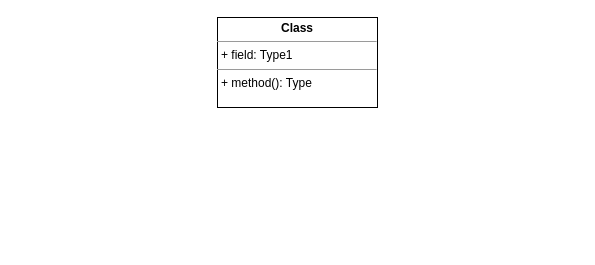
anphetamina/CoText keeps this draw.io diagram as Untitled Diagram.drawio. Above is the earlier version. Source tidied: cells renumbered, new cells numbered last; positions are measured from the earlier drawing's top-left corner, leaving out a move shared by most shapes. Both pictures are drawn from the tidied source at 100%, with x=0, y=0 at pixel (217, 17).
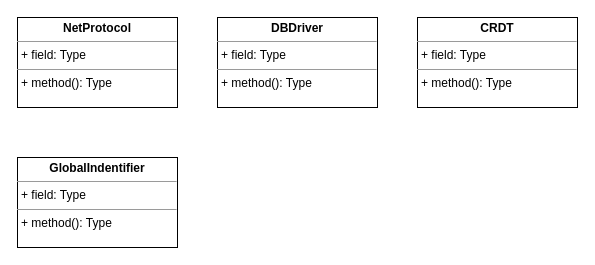
The same page after the edit.

The edit, as a diff of the source:
```diff
@@
 <mxGraphModel background="#ffffff">
   <root>
     <mxCell id="0" />
     <mxCell id="1" parent="0" />
-    <mxCell id="2" value="&lt;p style=&quot;margin: 0px ; margin-top: 4px ; text-align: center&quot;&gt;&lt;b&gt;Class&lt;/b&gt;&lt;/p&gt;&lt;hr size=&quot;1&quot;&gt;&lt;p style=&quot;margin: 0px ; margin-left: 4px&quot;&gt;+ field: Type1&lt;/p&gt;&lt;hr size=&quot;1&quot;&gt;&lt;p style=&quot;margin: 0px ; margin-left: 4px&quot;&gt;+ method(): Type&lt;/p&gt;" style="verticalAlign=top;align=left;overflow=fill;fontSize=12;fontFamily=Helvetica;html=1;" parent="1" vertex="1">
+    <mxCell id="2" value="&lt;p style=&quot;margin: 0px ; margin-top: 4px ; text-align: center&quot;&gt;&lt;b&gt;DBDriver&lt;/b&gt;&lt;/p&gt;&lt;hr size=&quot;1&quot;&gt;&lt;p style=&quot;margin: 0px ; margin-left: 4px&quot;&gt;+ field: Type&lt;/p&gt;&lt;hr size=&quot;1&quot;&gt;&lt;p style=&quot;margin: 0px ; margin-left: 4px&quot;&gt;+ method(): Type&lt;/p&gt;" style="verticalAlign=top;align=left;overflow=fill;fontSize=12;fontFamily=Helvetica;html=1;" parent="1" vertex="1">
       <mxGeometry width="160" height="90" as="geometry" />
     </mxCell>
+    <mxCell id="3" value="&lt;p style=&quot;margin: 0px ; margin-top: 4px ; text-align: center&quot;&gt;&lt;b&gt;NetProtocol&lt;/b&gt;&lt;/p&gt;&lt;hr size=&quot;1&quot;&gt;&lt;p style=&quot;margin: 0px ; margin-left: 4px&quot;&gt;+ field: Type&lt;/p&gt;&lt;hr size=&quot;1&quot;&gt;&lt;p style=&quot;margin: 0px ; margin-left: 4px&quot;&gt;+ method(): Type&lt;/p&gt;" style="verticalAlign=top;align=left;overflow=fill;fontSize=12;fontFamily=Helvetica;html=1;" parent="1" vertex="1">
+      <mxGeometry x="-200" width="160" height="90" as="geometry" />
+    </mxCell>
+    <mxCell id="4" value="&lt;p style=&quot;margin: 0px ; margin-top: 4px ; text-align: center&quot;&gt;&lt;b&gt;CRDT&lt;/b&gt;&lt;/p&gt;&lt;hr size=&quot;1&quot;&gt;&lt;p style=&quot;margin: 0px ; margin-left: 4px&quot;&gt;+ field: Type&lt;/p&gt;&lt;hr size=&quot;1&quot;&gt;&lt;p style=&quot;margin: 0px ; margin-left: 4px&quot;&gt;+ method(): Type&lt;/p&gt;" style="verticalAlign=top;align=left;overflow=fill;fontSize=12;fontFamily=Helvetica;html=1;" parent="1" vertex="1">
+      <mxGeometry x="200" width="160" height="90" as="geometry" />
+    </mxCell>
+    <mxCell id="5" value="&lt;p style=&quot;margin: 0px ; margin-top: 4px ; text-align: center&quot;&gt;&lt;b&gt;GlobalIndentifier&lt;/b&gt;&lt;/p&gt;&lt;hr size=&quot;1&quot;&gt;&lt;p style=&quot;margin: 0px ; margin-left: 4px&quot;&gt;+ field: Type&lt;/p&gt;&lt;hr size=&quot;1&quot;&gt;&lt;p style=&quot;margin: 0px ; margin-left: 4px&quot;&gt;+ method(): Type&lt;/p&gt;" style="verticalAlign=top;align=left;overflow=fill;fontSize=12;fontFamily=Helvetica;html=1;" parent="1" vertex="1">
+      <mxGeometry x="-200" y="140" width="160" height="90" as="geometry" />
+    </mxCell>
   </root>
 </mxGraphModel>
```
